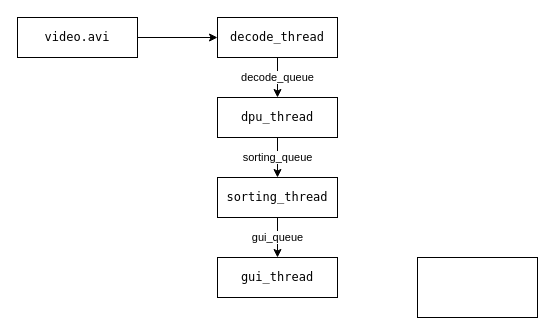
xusiwei/pic keeps this draw.io diagram as Vitis-YOLOX-VideoDemo.drawio. Above is the earlier version. Source tidied: cells renumbered, new cells numbered last; positions are measured from the earlier drawing's top-left corner, leaving out a move shared by most shapes. Both pictures are drawn from the tidied source at 100%, with x=0, y=0 at pixel (17, 17).
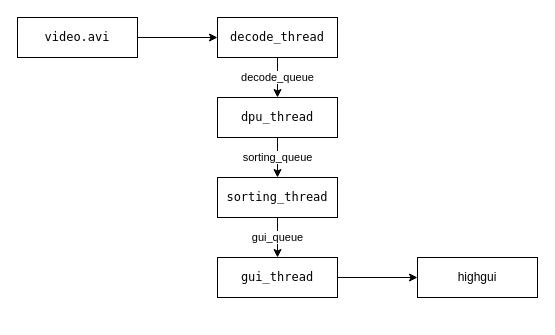
The same diagram, later.

Change to the diagram source:
```diff
@@
 <mxGraphModel>
   <root>
     <mxCell id="0" />
     <mxCell id="1" parent="0" />
     <mxCell id="2" value="decode_queue" style="edgeStyle=orthogonalEdgeStyle;rounded=0;jettySize=auto;html=1;" parent="1" edge="1" source="3" target="7">
       <mxGeometry relative="1" as="geometry" />
     </mxCell>
     <mxCell id="3" value="decode_thread" style="rounded=0;whiteSpace=wrap;html=1;fontFamily=Lucida Console;" parent="1" vertex="1">
       <mxGeometry x="200" width="120" height="40" as="geometry" />
     </mxCell>
     <mxCell id="4" style="edgeStyle=orthogonalEdgeStyle;rounded=0;jettySize=auto;html=1;" parent="1" edge="1" source="5" target="3">
       <mxGeometry relative="1" as="geometry" />
     </mxCell>
     <mxCell id="5" value="video.avi" style="rounded=0;whiteSpace=wrap;html=1;fontFamily=Lucida Console;" parent="1" vertex="1">
       <mxGeometry width="120" height="40" as="geometry" />
     </mxCell>
     <mxCell id="6" value="sorting_queue" style="edgeStyle=orthogonalEdgeStyle;rounded=0;jettySize=auto;html=1;" parent="1" edge="1" source="7" target="9">
       <mxGeometry relative="1" as="geometry" />
     </mxCell>
     <mxCell id="7" value="dpu_thread" style="rounded=0;whiteSpace=wrap;html=1;fontFamily=Lucida Console;" parent="1" vertex="1">
       <mxGeometry x="200" y="80" width="120" height="40" as="geometry" />
     </mxCell>
     <mxCell id="8" value="gui_queue" style="edgeStyle=orthogonalEdgeStyle;rounded=0;jettySize=auto;html=1;" parent="1" edge="1" source="9" target="10">
       <mxGeometry relative="1" as="geometry" />
     </mxCell>
     <mxCell id="9" value="sorting_thread" style="rounded=0;whiteSpace=wrap;html=1;fontFamily=Lucida Console;" parent="1" vertex="1">
       <mxGeometry x="200" y="160" width="120" height="40" as="geometry" />
     </mxCell>
+    <mxCell id="12" style="edgeStyle=orthogonalEdgeStyle;rounded=0;jettySize=auto;html=1;" parent="1" edge="1" source="10" target="11">
+      <mxGeometry relative="1" as="geometry" />
+    </mxCell>
     <mxCell id="10" value="gui_thread" style="rounded=0;whiteSpace=wrap;html=1;fontFamily=Lucida Console;" parent="1" vertex="1">
       <mxGeometry x="200" y="240" width="120" height="40" as="geometry" />
     </mxCell>
-    <mxCell id="11" style="rounded=0;whiteSpace=wrap;html=1;" parent="1" vertex="1">
-      <mxGeometry x="400" y="240" width="120" height="60" as="geometry" />
+    <mxCell id="11" value="highgui" style="rounded=0;whiteSpace=wrap;html=1;" parent="1" vertex="1">
+      <mxGeometry x="400" y="240" width="120" height="40" as="geometry" />
     </mxCell>
   </root>
 </mxGraphModel>
```
